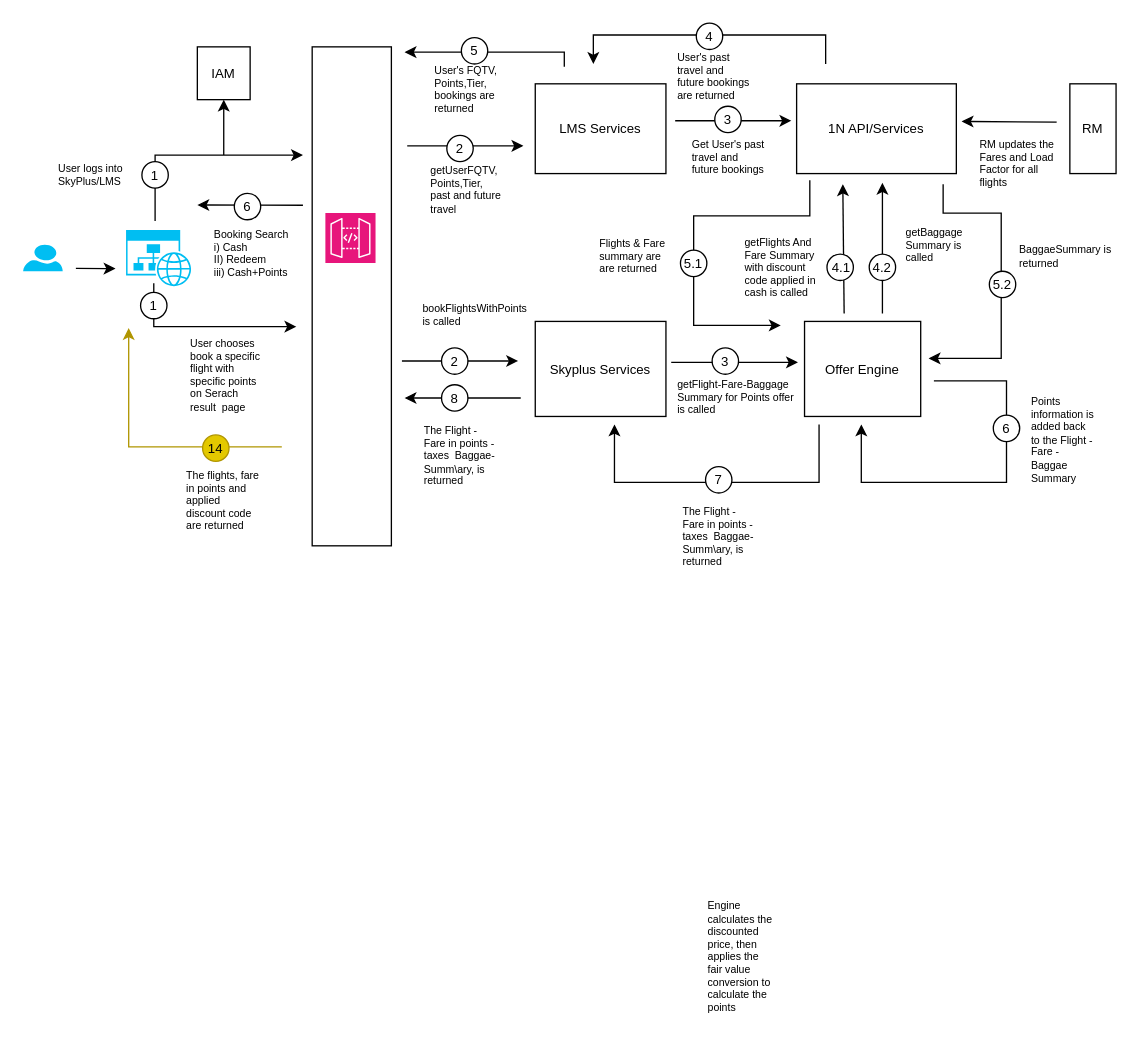
Above: page "Page-2" (2 of 2) of Copy of LM Data Flow.drawio in nchauhan4/drawings (draw.io), before the change. Source tidied: cells renumbered, new cells numbered last; positions are measured from the earlier drawing's top-left corner, leaving out a move shared by most shapes. Both pictures are drawn from the tidied source at 132%, with x=0, y=0 at pixel (22, 22).
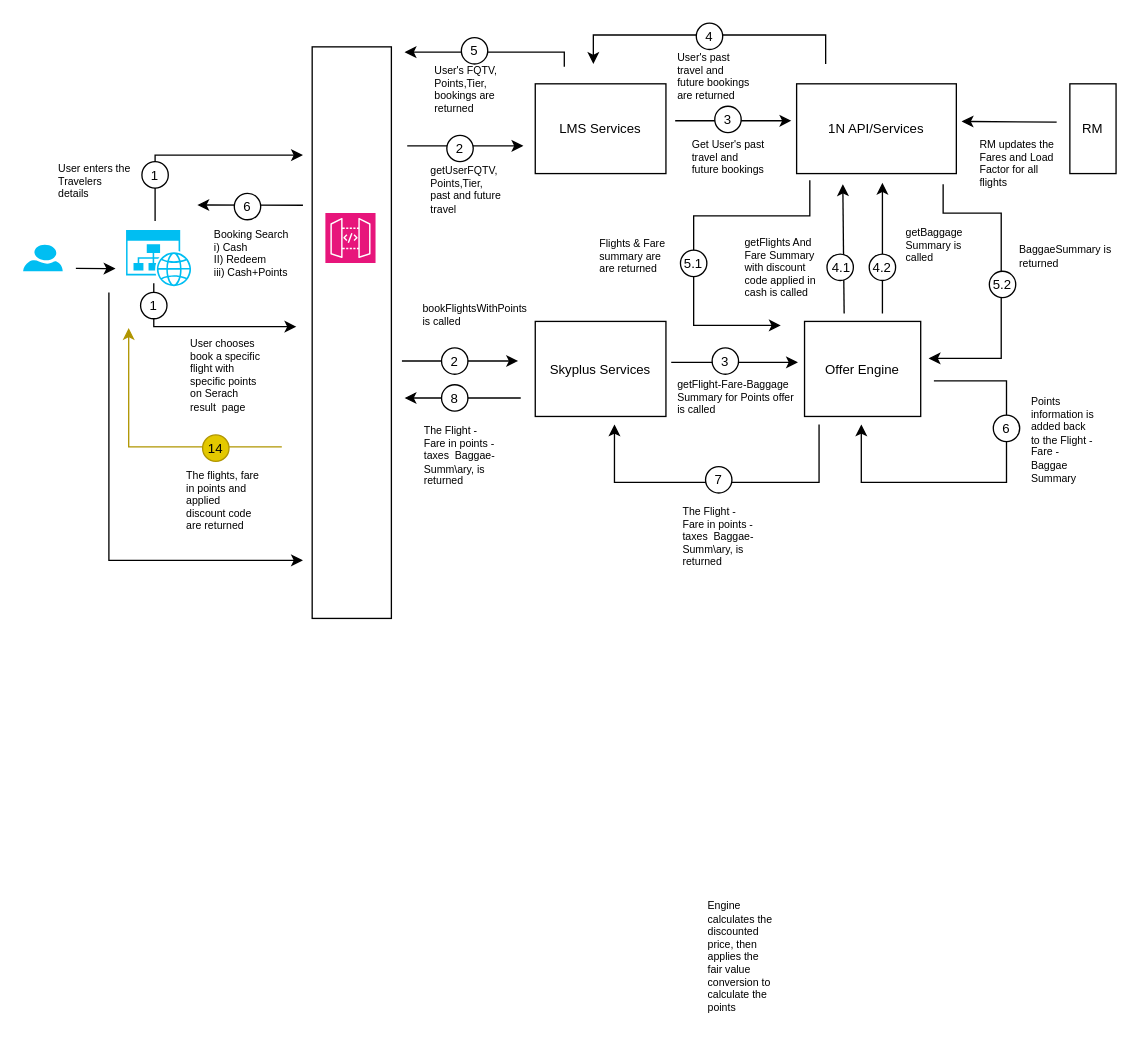
After the change.

Diff of the diagram source:
```diff
@@
     <mxCell id="7" style="rounded=0;whiteSpace=wrap;html=1;" parent="1" vertex="1">
-      <mxGeometry x="219" y="18" width="60" height="378" as="geometry" />
+      <mxGeometry x="219" y="18" width="60" height="433" as="geometry" />
     </mxCell>
@@
-    <mxCell id="13" style="endArrow=classic;html=1;rounded=0;entryX=0.5;entryY=1;entryDx=0;entryDy=0;" parent="1" edge="1" target="14">
-      <mxGeometry relative="1" as="geometry">
-        <mxPoint x="152" y="100" as="sourcePoint" />
-      </mxGeometry>
-    </mxCell>
-    <mxCell id="14" value="&lt;font style=&quot;font-size: 10px;&quot;&gt;IAM&lt;/font&gt;" style="rounded=0;whiteSpace=wrap;html=1;" parent="1" vertex="1">
-      <mxGeometry x="132" y="18" width="40" height="40" as="geometry" />
-    </mxCell>
@@
-    <mxCell id="20" value="User logs into SkyPlus/LMS" style="text;html=1;strokeColor=none;fillColor=none;align=left;verticalAlign=top;whiteSpace=wrap;rounded=0;fontSize=8;" parent="1" vertex="1">
+    <mxCell id="20" value="User enters the&amp;nbsp;&lt;br&gt;Travelers details" style="text;html=1;strokeColor=none;fillColor=none;align=left;verticalAlign=top;whiteSpace=wrap;rounded=0;fontSize=8;" parent="1" vertex="1">
       <mxGeometry x="24.5" y="98.5" width="58.5" height="38.5" as="geometry" />
     </mxCell>
@@
     <mxCell id="83" value="The Flight - Fare in points - taxes&amp;nbsp; Baggae-Summ\ary, is returned" style="text;html=1;strokeColor=none;fillColor=none;align=left;verticalAlign=top;whiteSpace=wrap;rounded=0;fontSize=8;" parent="1" vertex="1">
-      <mxGeometry x="301.8" y="298" width="58.5" height="81" as="geometry" />
+      <mxGeometry x="301.8" y="298" width="58.5" height="65" as="geometry" />
     </mxCell>
+    <mxCell id="84" style="endArrow=classic;html=1;rounded=0;" parent="1" edge="1">
+      <mxGeometry relative="1" as="geometry">
+        <mxPoint x="65" y="204" as="sourcePoint" />
+        <mxPoint x="212" y="407" as="targetPoint" />
+        <Array as="points">
+          <mxPoint x="65" y="407" />
+          <mxPoint x="146" y="407" />
+        </Array>
+      </mxGeometry>
+    </mxCell>
```
